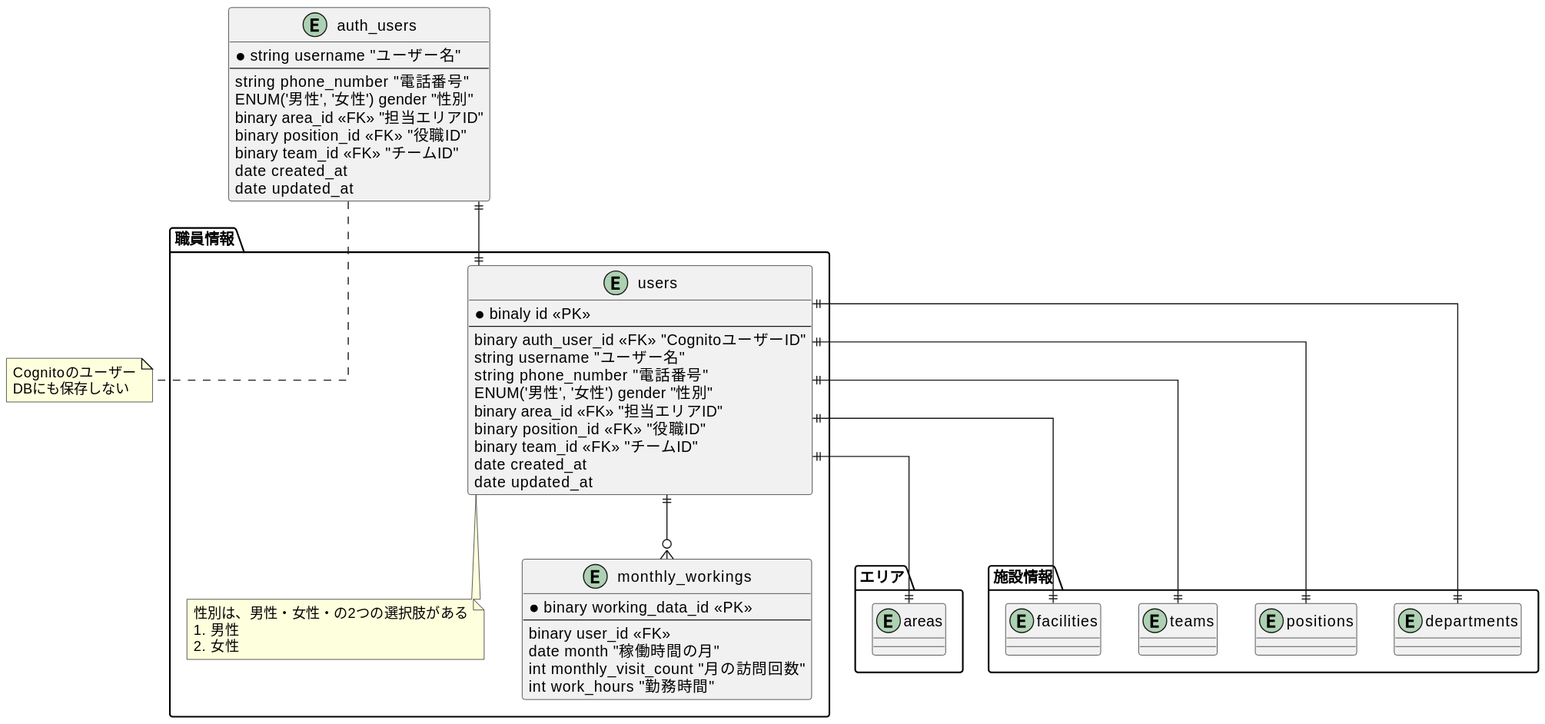
Above: src/diagrams-svg/ER/tables/users.svg in Fukuemon/buddy_design_docs (PlantUML), before the change.
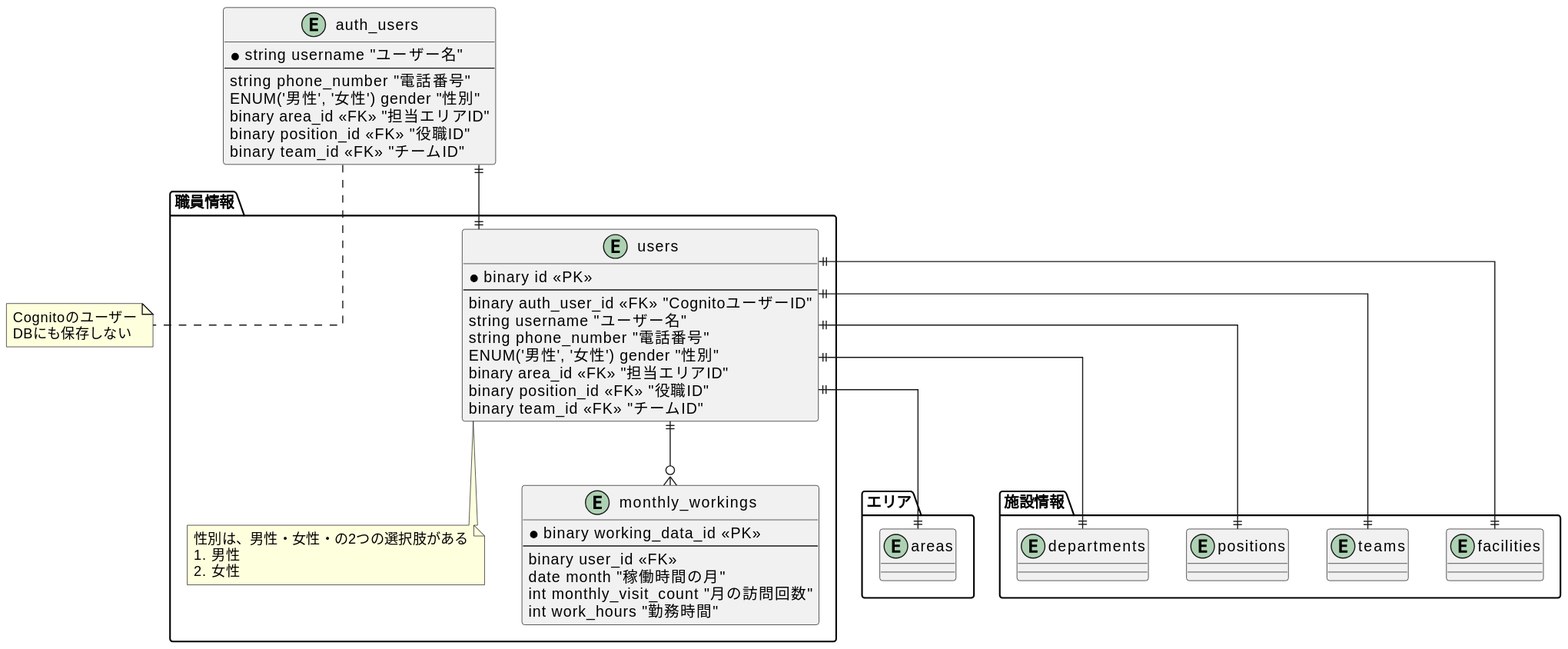
Later version of the same file.

The edit, as a diff of the source:
```diff
@@ -9,8 +9,6 @@
   binary area_id <<FK>> "担当エリアID"
   binary position_id <<FK>> "役職ID"
   binary team_id <<FK>> "チームID"
-  date created_at
-  date updated_at
 }
 
 note bottom of auth_users
@@ -20,7 +18,7 @@
 
 package 職員情報 {
   entity users {
-    * binaly id <<PK>>
+    * binary id <<PK>>
     --
     binary auth_user_id <<FK>> "CognitoユーザーID"
     string username "ユーザー名"
@@ -29,8 +27,6 @@
     binary area_id <<FK>> "担当エリアID"
     binary position_id <<FK>> "役職ID"
     binary team_id <<FK>> "チームID"
-    date created_at
-    date updated_at
   }
 
   note bottom of users
```
